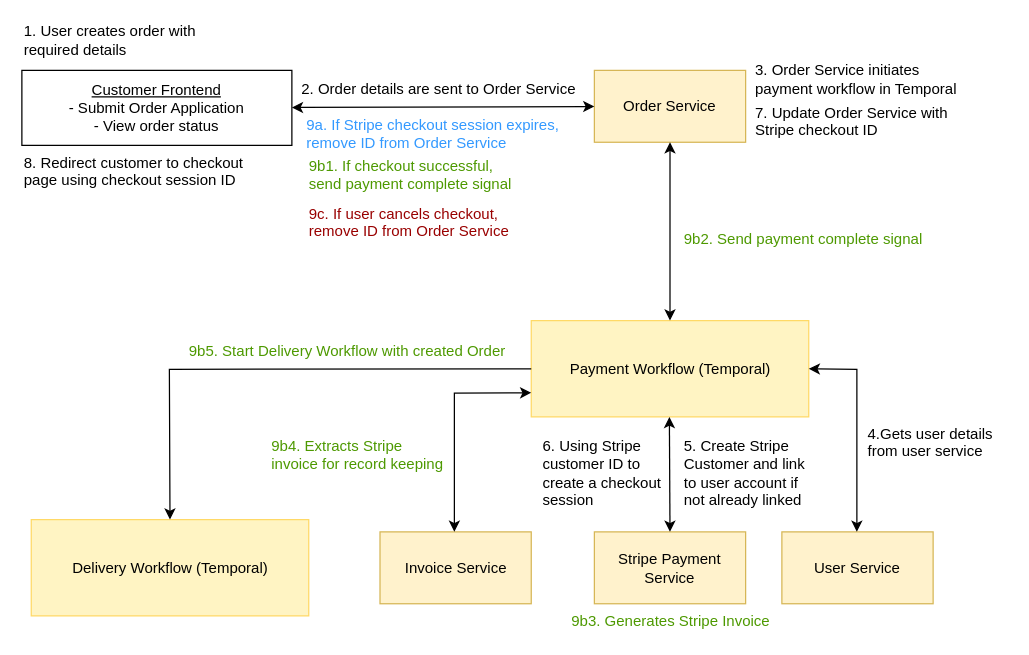
Before: page "Page-1" (1 of 2) of diagrams/Scenario1.drawio in darkliyznyanlin910/esd-2425T2, a draw.io diagram. Source tidied: cells renumbered, new cells numbered last; positions are measured from the earlier drawing's top-left corner, leaving out a move shared by most shapes. Both pictures are drawn from the tidied source at 125%, with x=0, y=0 at pixel (21, 21).
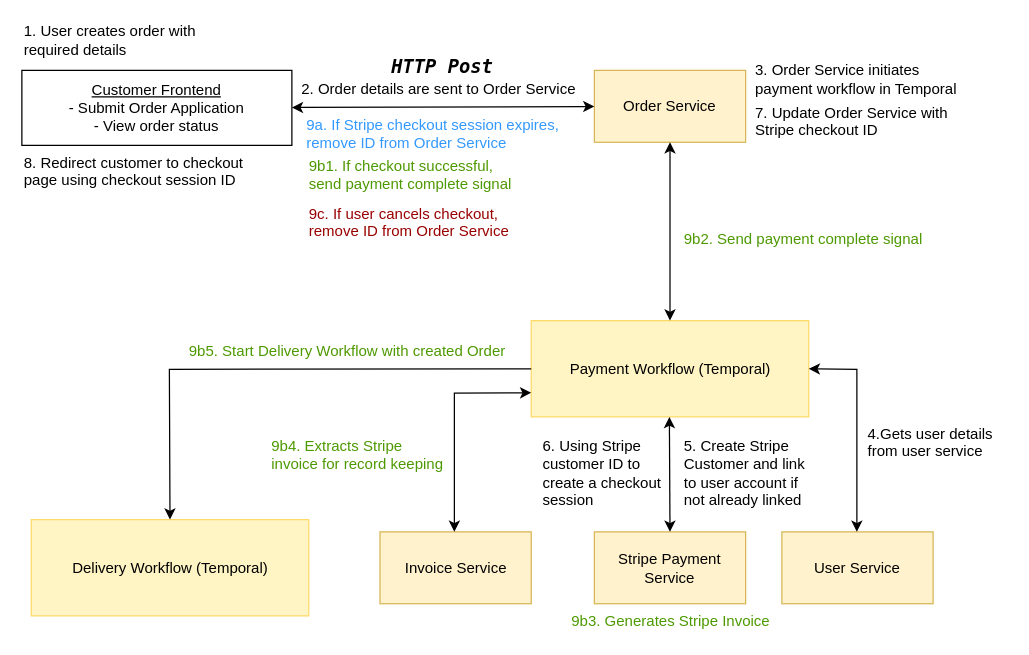
After the change.

Commit message (it also covers changes not shown here):
added HTTP Post and GET into diagrams

Change to the diagram source:
```diff
@@
+    <mxCell id="30" value="&lt;h5&gt;&lt;font style=&quot;font-size: 15px;&quot; face=&quot;Lucida Console&quot;&gt;&lt;i&gt;HTTP Post&lt;/i&gt;&lt;/font&gt;&lt;/h5&gt;" style="text;html=1;align=left;verticalAlign=middle;whiteSpace=wrap;rounded=0;" parent="1" vertex="1">
+      <mxGeometry x="293.5" y="20" width="100" height="30" as="geometry" />
+    </mxCell>
```
